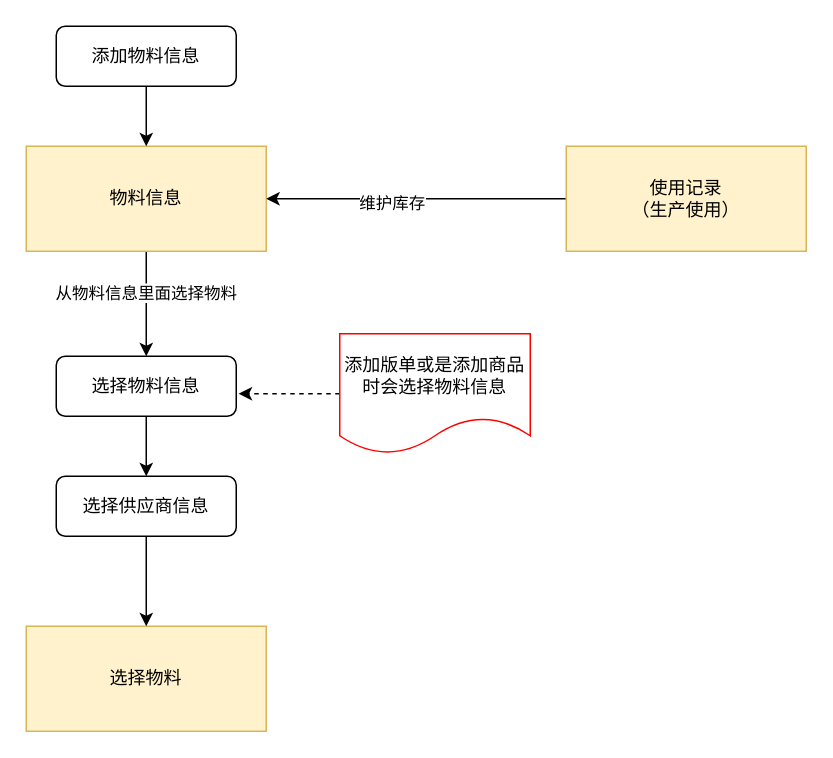
This is 物料管理.drawio from pbm0802/GitIDEATest, a draw.io file, before an edit. Source tidied: cells renumbered, new cells numbered last; positions are measured from the earlier drawing's top-left corner, leaving out a move shared by most shapes. Both pictures are drawn from the tidied source at 150%, with x=0, y=0 at pixel (26, 26).
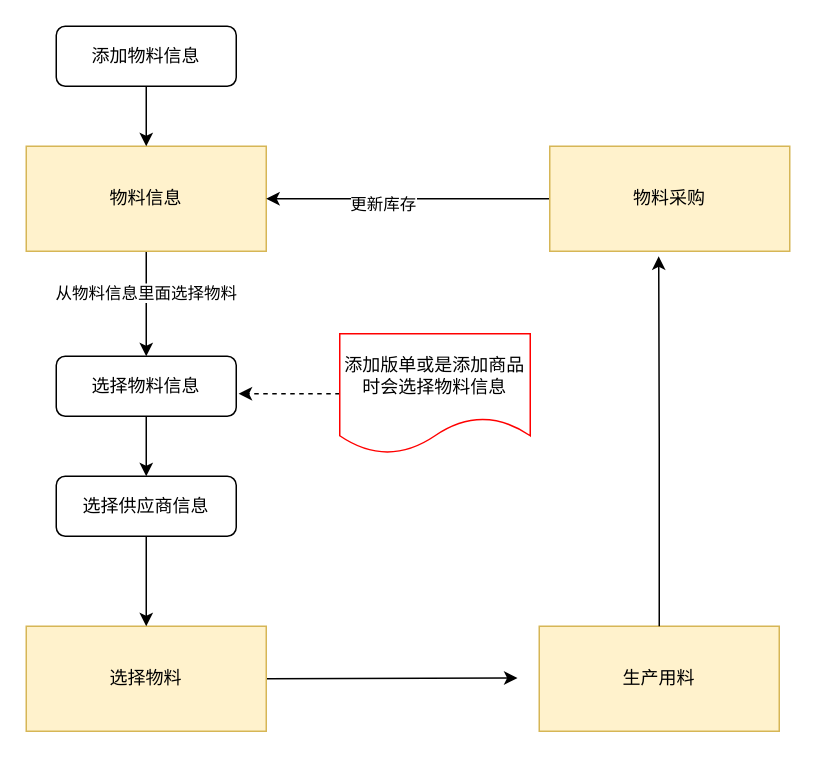
The same page after the edit.

Commit message:
更新物料管理.drawio

Unchanged cells that the change refers to:
```xml
<mxCell id="4" value="物料信息" style="rounded=0;whiteSpace=wrap;html=1;fillColor=#fff2cc;strokeColor=#d6b656;" parent="1" vertex="1">
  <mxGeometry y="80" width="160" height="70" as="geometry" />
</mxCell>
<mxCell id="7" value="选择物料" style="rounded=0;whiteSpace=wrap;html=1;fillColor=#fff2cc;strokeColor=#d6b656;" parent="1" vertex="1">
  <mxGeometry y="400" width="160" height="70" as="geometry" />
</mxCell>
```

Diff of the diagram source:
```diff
@@
+    <mxCell id="17" style="edgeStyle=orthogonalEdgeStyle;rounded=0;jettySize=auto;html=1;exitX=1;exitY=0.5;exitDx=0;exitDy=0;" parent="1" edge="1" source="7">
+      <mxGeometry relative="1" as="geometry">
+        <mxPoint x="327.5" y="434.5" as="targetPoint" />
+      </mxGeometry>
+    </mxCell>
@@
-    <mxCell id="8" style="edgeStyle=orthogonalEdgeStyle;rounded=0;jettySize=auto;html=1;exitX=0;exitY=0.5;exitDx=0;exitDy=0;entryX=1;entryY=0.5;entryDx=0;entryDy=0;" parent="1" edge="1" source="10" target="4">
-      <mxGeometry relative="1" as="geometry" />
-    </mxCell>
-    <mxCell id="9" value="维护库存" style="edgeLabel;html=1;align=center;verticalAlign=middle;" parent="8" vertex="1">
-      <mxGeometry x="0.17" y="2" relative="1" as="geometry" />
-    </mxCell>
-    <mxCell id="10" value="使用记录&lt;br&gt;（生产使用）" style="rounded=0;whiteSpace=wrap;html=1;fillColor=#fff2cc;strokeColor=#d6b656;" parent="1" vertex="1">
-      <mxGeometry x="360" y="80" width="160" height="70" as="geometry" />
+    <mxCell id="10" value="生产用料" style="rounded=0;whiteSpace=wrap;html=1;fillColor=#fff2cc;strokeColor=#d6b656;" parent="1" vertex="1">
+      <mxGeometry x="342" y="400" width="160" height="70" as="geometry" />
     </mxCell>
@@
+    <mxCell id="18" style="edgeStyle=orthogonalEdgeStyle;rounded=0;jettySize=auto;html=1;exitX=0;exitY=0.5;exitDx=0;exitDy=0;entryX=1;entryY=0.5;entryDx=0;entryDy=0;" parent="1" edge="1" source="20" target="4">
+      <mxGeometry relative="1" as="geometry" />
+    </mxCell>
+    <mxCell id="19" value="更新库存" style="edgeLabel;html=1;align=center;verticalAlign=middle;" parent="18" vertex="1">
+      <mxGeometry x="0.19" y="3" relative="1" as="geometry" />
+    </mxCell>
+    <mxCell id="20" value="物料采购" style="rounded=0;whiteSpace=wrap;html=1;fillColor=#fff2cc;strokeColor=#d6b656;" parent="1" vertex="1">
+      <mxGeometry x="349" y="80" width="160" height="70" as="geometry" />
+    </mxCell>
+    <mxCell id="21" style="edgeStyle=orthogonalEdgeStyle;rounded=0;jettySize=auto;html=1;exitX=0.5;exitY=0;exitDx=0;exitDy=0;entryX=0.454;entryY=1.048;entryDx=0;entryDy=0;entryPerimeter=0;" parent="1" edge="1" source="10" target="20">
+      <mxGeometry relative="1" as="geometry" />
+    </mxCell>
```
